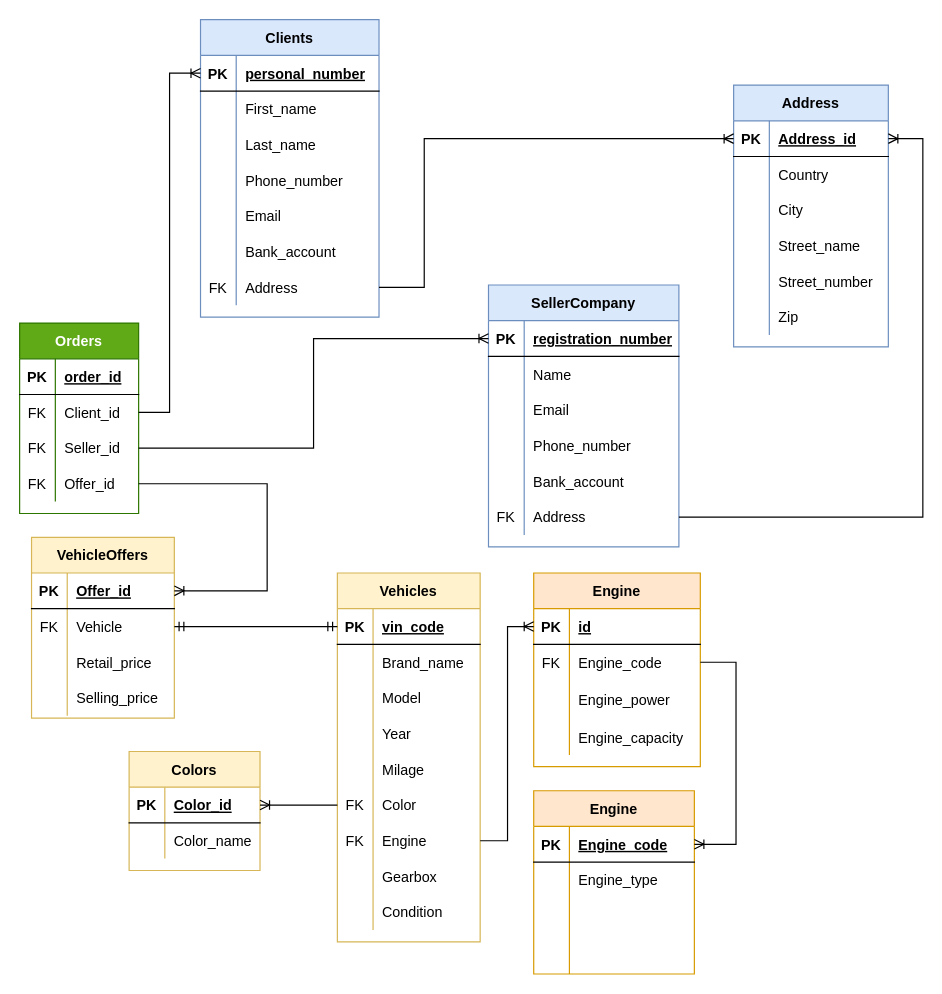
Above: page "Page-1" (1 of 2) of Car Marketplace.drawio in kstekels/Car-Marketplace (draw.io), before the change. Source tidied: cells renumbered, new cells numbered last; positions are measured from the earlier drawing's top-left corner, leaving out a move shared by most shapes. Both pictures are drawn from the tidied source at 119%, with x=0, y=0 at pixel (19, 19).
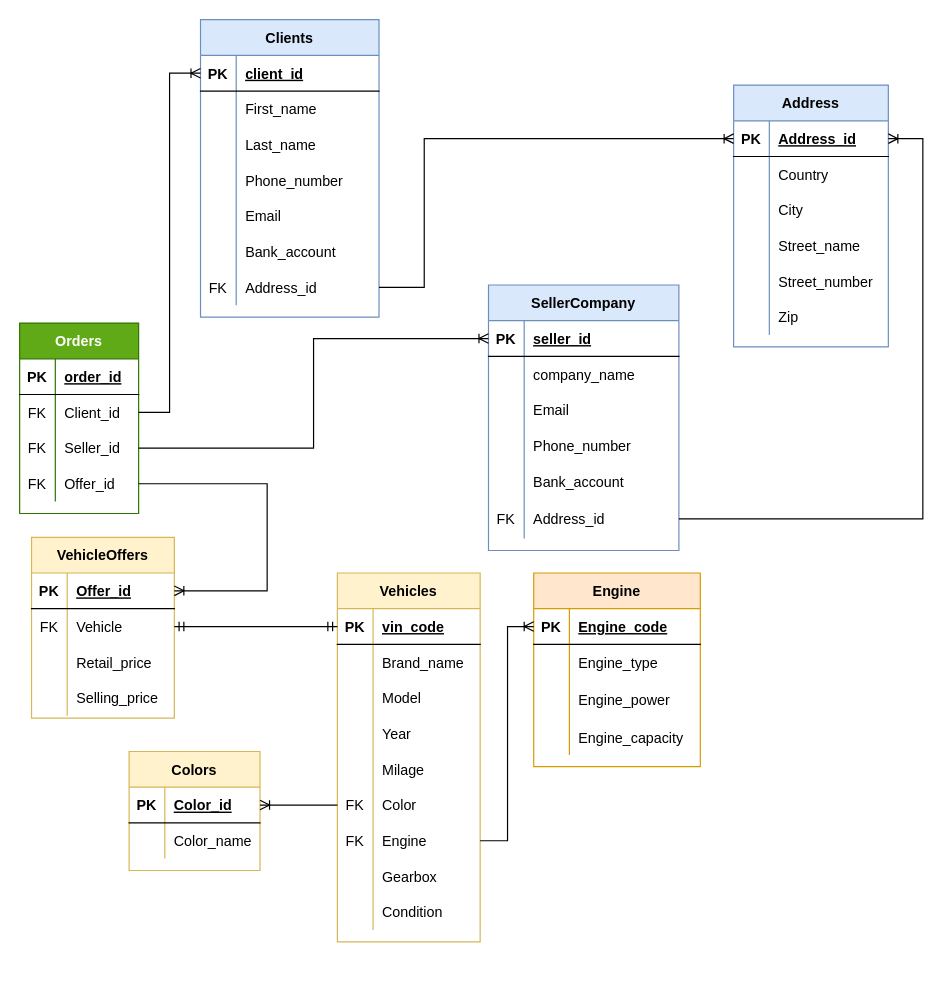
The same diagram, later.

Unchanged cells that the change refers to:
```xml
<mxCell id="3" style="shape=partialRectangle;fillColor=none;top=0;left=0;bottom=1;right=0;points=[[0,0.5],[1,0.5]];portConstraint=eastwest;" parent="2" vertex="1">
  <mxGeometry y="30" width="160" height="30" as="geometry" />
</mxCell>
<mxCell id="6" style="shape=partialRectangle;fillColor=none;top=0;left=0;bottom=0;right=0;" parent="2" vertex="1">
  <mxGeometry y="60" width="160" height="30" as="geometry" />
</mxCell>
<mxCell id="41" style="shape=partialRectangle;fillColor=none;top=0;left=0;bottom=1;right=0;points=[[0,0.5],[1,0.5]];portConstraint=eastwest;" parent="40" vertex="1">
  <mxGeometry y="30" width="150" height="30" as="geometry" />
</mxCell>
<mxCell id="59" style="shape=partialRectangle;fillColor=none;top=0;left=0;bottom=0;right=0;points=[[0,0.5],[1,0.5]];portConstraint=eastwest;" parent="40" vertex="1">
  <mxGeometry y="210" width="150" height="30" as="geometry" />
</mxCell>
<mxCell id="111" style="shape=partialRectangle;fillColor=none;top=0;left=0;bottom=1;right=0;points=[[0,0.5],[1,0.5]];portConstraint=eastwest;" parent="110" vertex="1">
  <mxGeometry y="30" width="140" height="30" as="geometry" />
</mxCell>
<mxCell id="114" style="shape=partialRectangle;fillColor=none;top=0;left=0;bottom=0;right=0;points=[[0,0.5],[1,0.5]];portConstraint=eastwest;" parent="110" vertex="1">
  <mxGeometry y="60" width="140" height="30" as="geometry" />
</mxCell>
```

Change to the diagram source:
```diff
@@
     <mxCell id="2" value="SellerCompany" style="shape=table;startSize=30;childLayout=tableLayout;rowLines=0;fontStyle=1;align=center;fillColor=#dae8fc;strokeColor=#6c8ebf;" parent="1" vertex="1">
-      <mxGeometry x="394" y="223" width="160" height="220" as="geometry" />
+      <mxGeometry x="394" y="223" width="160" height="223.1" as="geometry" />
     </mxCell>
@@
-    <mxCell id="5" value="registration_number" style="shape=partialRectangle;fillColor=none;top=0;left=0;bottom=0;right=0;align=left;spacingLeft=6;fontStyle=5;overflow=hidden;" parent="3" vertex="1">
+    <mxCell id="5" value="seller_id" style="shape=partialRectangle;fillColor=none;top=0;left=0;bottom=0;right=0;align=left;spacingLeft=6;fontStyle=5;overflow=hidden;" parent="3" vertex="1">
       <mxGeometry x="30" width="130" height="30" as="geometry" />
     </mxCell>
@@
-    <mxCell id="8" value="Name" style="shape=partialRectangle;fillColor=none;top=0;left=0;bottom=0;right=0;align=left;spacingLeft=6;overflow=hidden;" parent="6" vertex="1">
+    <mxCell id="8" value="company_name" style="shape=partialRectangle;fillColor=none;top=0;left=0;bottom=0;right=0;align=left;spacingLeft=6;overflow=hidden;" parent="6" vertex="1">
       <mxGeometry x="30" width="130" height="30" as="geometry" />
     </mxCell>
@@
     <mxCell id="18" style="shape=partialRectangle;fillColor=none;top=0;left=0;bottom=0;right=0;points=[[0,0.5],[1,0.5]];portConstraint=eastwest;" parent="2" vertex="1">
-      <mxGeometry y="180" width="160" height="30" as="geometry" />
+      <mxGeometry y="180" width="160" height="33" as="geometry" />
     </mxCell>
     <mxCell id="19" value="FK" style="shape=partialRectangle;fillColor=none;top=0;left=0;bottom=0;right=0;fontStyle=0;overflow=hidden;" parent="18" vertex="1">
-      <mxGeometry width="30" height="30" as="geometry" />
+      <mxGeometry width="30" height="33" as="geometry" />
     </mxCell>
-    <mxCell id="20" value="Address" style="shape=partialRectangle;fillColor=none;top=0;left=0;bottom=0;right=0;align=left;spacingLeft=6;fontStyle=0;overflow=hidden;" parent="18" vertex="1">
-      <mxGeometry x="30" width="130" height="30" as="geometry" />
+    <mxCell id="20" value="Address_id" style="shape=partialRectangle;fillColor=none;top=0;left=0;bottom=0;right=0;align=left;spacingLeft=6;fontStyle=0;overflow=hidden;" parent="18" vertex="1">
+      <mxGeometry x="30" width="130" height="33" as="geometry" />
     </mxCell>
@@
-    <mxCell id="43" value="personal_number" style="shape=partialRectangle;fillColor=none;top=0;left=0;bottom=0;right=0;align=left;spacingLeft=6;fontStyle=5;overflow=hidden;" parent="41" vertex="1">
+    <mxCell id="43" value="client_id" style="shape=partialRectangle;fillColor=none;top=0;left=0;bottom=0;right=0;align=left;spacingLeft=6;fontStyle=5;overflow=hidden;" parent="41" vertex="1">
       <mxGeometry x="30" width="120" height="30" as="geometry" />
     </mxCell>
@@
-    <mxCell id="61" value="Address" style="shape=partialRectangle;fillColor=none;top=0;left=0;bottom=0;right=0;align=left;spacingLeft=6;fontStyle=0;overflow=hidden;" parent="59" vertex="1">
+    <mxCell id="61" value="Address_id" style="shape=partialRectangle;fillColor=none;top=0;left=0;bottom=0;right=0;align=left;spacingLeft=6;fontStyle=0;overflow=hidden;" parent="59" vertex="1">
       <mxGeometry x="30" width="120" height="30" as="geometry" />
     </mxCell>
@@
-    <mxCell id="113" value="id" style="shape=partialRectangle;fillColor=none;top=0;left=0;bottom=0;right=0;align=left;spacingLeft=6;fontStyle=5;overflow=hidden;" parent="111" vertex="1">
+    <mxCell id="113" value="Engine_code" style="shape=partialRectangle;fillColor=none;top=0;left=0;bottom=0;right=0;align=left;spacingLeft=6;fontStyle=5;overflow=hidden;" parent="111" vertex="1">
       <mxGeometry x="30" width="110" height="30" as="geometry" />
     </mxCell>
@@
-    <mxCell id="115" value="FK" style="shape=partialRectangle;fillColor=none;top=0;left=0;bottom=0;right=0;fontStyle=0;overflow=hidden;" parent="114" vertex="1">
+    <mxCell id="115" style="shape=partialRectangle;fillColor=none;top=0;left=0;bottom=0;right=0;fontStyle=0;overflow=hidden;" parent="114" vertex="1">
       <mxGeometry width="30" height="30" as="geometry" />
     </mxCell>
-    <mxCell id="116" value="Engine_code" style="shape=partialRectangle;fillColor=none;top=0;left=0;bottom=0;right=0;align=left;spacingLeft=6;fontStyle=0;overflow=hidden;" parent="114" vertex="1">
+    <mxCell id="116" value="Engine_type" style="shape=partialRectangle;fillColor=none;top=0;left=0;bottom=0;right=0;align=left;spacingLeft=6;fontStyle=0;overflow=hidden;" parent="114" vertex="1">
       <mxGeometry x="30" width="110" height="30" as="geometry" />
     </mxCell>
@@
-    <mxCell id="139" value="Engine" style="shape=table;startSize=30;childLayout=tableLayout;rowLines=0;fontStyle=1;align=center;fillColor=#ffe6cc;strokeColor=#d79b00;" parent="1" vertex="1">
-      <mxGeometry x="432" y="648" width="135" height="154" as="geometry" />
-    </mxCell>
-    <mxCell id="140" style="shape=partialRectangle;fillColor=none;top=0;left=0;bottom=1;right=0;points=[[0,0.5],[1,0.5]];portConstraint=eastwest;" parent="139" vertex="1">
-      <mxGeometry y="30" width="135" height="30" as="geometry" />
-    </mxCell>
-    <mxCell id="141" value="PK" style="shape=partialRectangle;fillColor=none;top=0;left=0;bottom=0;right=0;fontStyle=1;overflow=hidden;" parent="140" vertex="1">
-      <mxGeometry width="30" height="30" as="geometry" />
-    </mxCell>
-    <mxCell id="142" value="Engine_code" style="shape=partialRectangle;fillColor=none;top=0;left=0;bottom=0;right=0;align=left;spacingLeft=6;fontStyle=5;overflow=hidden;" parent="140" vertex="1">
-      <mxGeometry x="30" width="105" height="30" as="geometry" />
-    </mxCell>
-    <mxCell id="143" style="shape=partialRectangle;fillColor=none;top=0;left=0;bottom=0;right=0;" parent="139" vertex="1">
-      <mxGeometry y="60" width="135" height="30" as="geometry" />
-    </mxCell>
-    <mxCell id="144" style="shape=partialRectangle;fillColor=none;top=0;left=0;bottom=0;right=0;fontStyle=0;overflow=hidden;" parent="143" vertex="1">
-      <mxGeometry width="30" height="30" as="geometry" />
-    </mxCell>
-    <mxCell id="145" value="Engine_type" style="shape=partialRectangle;fillColor=none;top=0;left=0;bottom=0;right=0;align=left;spacingLeft=6;fontStyle=0;overflow=hidden;" parent="143" vertex="1">
-      <mxGeometry x="30" width="105" height="30" as="geometry" />
-    </mxCell>
-    <mxCell id="146" style="shape=partialRectangle;fillColor=none;top=0;left=0;bottom=0;right=0;" parent="139" vertex="1">
-      <mxGeometry y="90" width="135" height="33" as="geometry" />
-    </mxCell>
-    <mxCell id="147" style="shape=partialRectangle;fillColor=none;top=0;left=0;bottom=0;right=0;overflow=hidden;" parent="146" vertex="1">
-      <mxGeometry width="30" height="33" as="geometry" />
-    </mxCell>
-    <mxCell id="148" style="shape=partialRectangle;fillColor=none;top=0;left=0;bottom=0;right=0;align=left;spacingLeft=6;overflow=hidden;" parent="146" vertex="1">
-      <mxGeometry x="30" width="105" height="33" as="geometry" />
-    </mxCell>
-    <mxCell id="149" style="shape=partialRectangle;fillColor=none;top=0;left=0;bottom=0;right=0;" parent="139" vertex="1">
-      <mxGeometry y="123" width="135" height="31" as="geometry" />
-    </mxCell>
-    <mxCell id="150" style="shape=partialRectangle;fillColor=none;top=0;left=0;bottom=0;right=0;fontStyle=0;overflow=hidden;" parent="149" vertex="1">
-      <mxGeometry width="30" height="31" as="geometry" />
-    </mxCell>
-    <mxCell id="151" style="shape=partialRectangle;fillColor=none;top=0;left=0;bottom=0;right=0;align=left;spacingLeft=6;fontStyle=0;overflow=hidden;" parent="149" vertex="1">
-      <mxGeometry x="30" width="105" height="31" as="geometry" />
-    </mxCell>
@@
-    <mxCell id="153" style="edgeStyle=entityRelationEdgeStyle;fontSize=12;html=1;endArrow=ERoneToMany;rounded=0;" parent="1" edge="1" source="114" target="140">
-      <mxGeometry relative="1" as="geometry" />
-    </mxCell>
```
